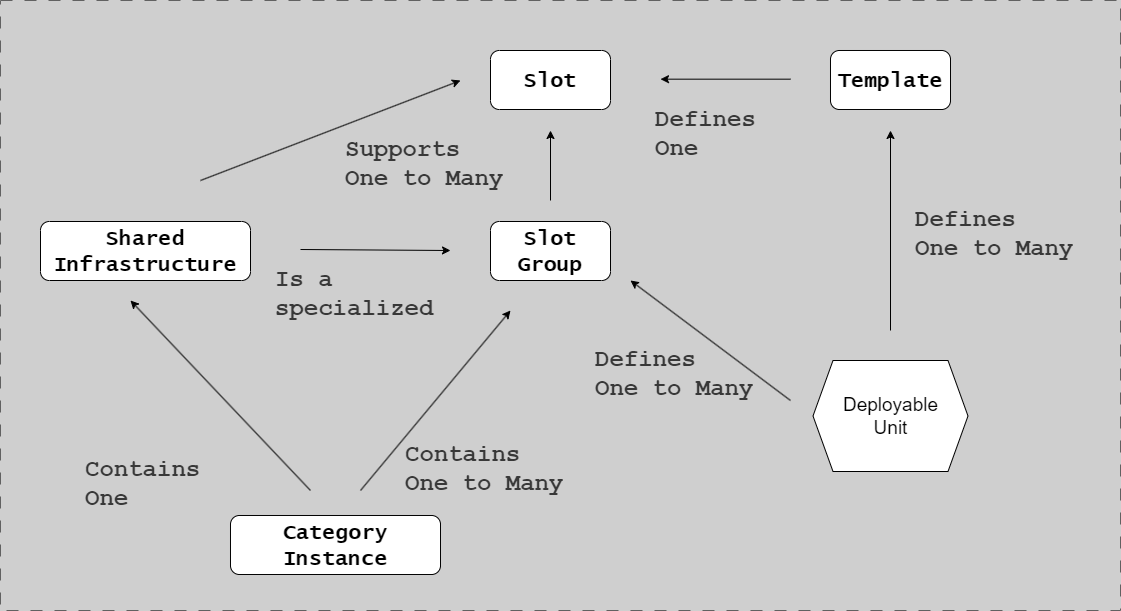
The draw.io diagram docs/assets/environment/units.drawio.png in ready-to-release/eac, before a commit. Source tidied: cells renumbered, new cells last; positions are measured from the earlier drawing's top-left corner, leaving out a move shared by most shapes.
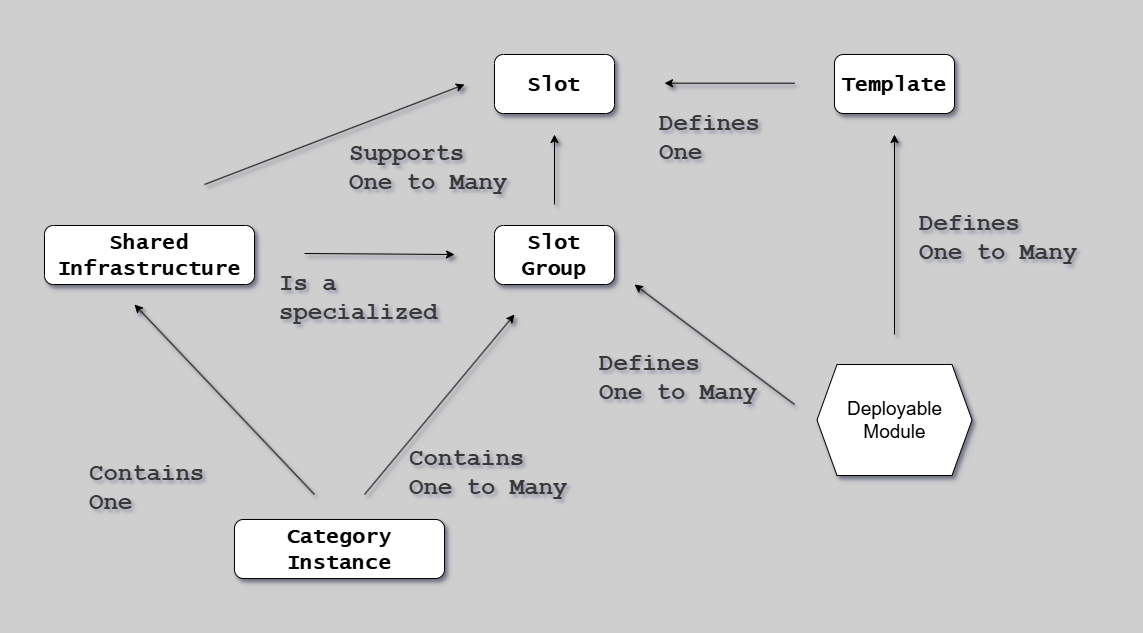
The same diagram one commit later.

The edit, as a diff of the source:
```diff
@@ -1,92 +1,92 @@
-<mxGraphModel background="#CFCFCF">
+<mxGraphModel background="#CFCFCF" shadow="1">
   <root>
     <mxCell id="0" />
     <mxCell id="1" parent="0" />
-    <mxCell id="2" style="group;strokeColor=#616161;dashed=1;dashPattern=12 12;" parent="1" vertex="1">
+    <mxCell id="2" style="group;strokeColor=none;dashed=1;dashPattern=12 12;shadow=1;" parent="1" vertex="1">
       <mxGeometry width="1120" height="610" as="geometry" />
     </mxCell>
-    <mxCell id="3" value="Shared&lt;br&gt;Infrastructure" style="rounded=1;whiteSpace=wrap;html=1;fontFamily=Lucida Console;fontStyle=1;fontSize=21;" parent="1" vertex="1">
+    <mxCell id="3" value="Shared&lt;br&gt;Infrastructure" style="rounded=1;whiteSpace=wrap;html=1;fontFamily=Lucida Console;fontStyle=1;fontSize=21;shadow=1;" parent="1" vertex="1">
       <mxGeometry x="40" y="221" width="210" height="59" as="geometry" />
     </mxCell>
-    <mxCell id="4" value="Slot" style="rounded=1;whiteSpace=wrap;html=1;fontFamily=Lucida Console;fontStyle=1;fontSize=21;" parent="1" vertex="1">
+    <mxCell id="4" value="Slot" style="rounded=1;whiteSpace=wrap;html=1;fontFamily=Lucida Console;fontStyle=1;fontSize=21;shadow=1;" parent="1" vertex="1">
       <mxGeometry x="490" y="50" width="120" height="59" as="geometry" />
     </mxCell>
-    <mxCell id="5" value="Template" style="rounded=1;whiteSpace=wrap;html=1;fontFamily=Lucida Console;fontStyle=1;fontSize=21;" parent="1" vertex="1">
+    <mxCell id="5" value="Template" style="rounded=1;whiteSpace=wrap;html=1;fontFamily=Lucida Console;fontStyle=1;fontSize=21;shadow=1;" parent="1" vertex="1">
       <mxGeometry x="830" y="50" width="120" height="59" as="geometry" />
     </mxCell>
-    <mxCell id="6" value="Slot Group" style="rounded=1;whiteSpace=wrap;html=1;fontFamily=Lucida Console;fontStyle=1;fontSize=21;" parent="1" vertex="1">
+    <mxCell id="6" value="Slot Group" style="rounded=1;whiteSpace=wrap;html=1;fontFamily=Lucida Console;fontStyle=1;fontSize=21;shadow=1;" parent="1" vertex="1">
       <mxGeometry x="490" y="221" width="120" height="59" as="geometry" />
     </mxCell>
-    <mxCell id="7" style="endArrow=classic;html=1;rounded=0;" parent="1" edge="1">
+    <mxCell id="7" style="endArrow=classic;html=1;rounded=0;shadow=1;" parent="1" edge="1">
       <mxGeometry relative="1" as="geometry">
         <mxPoint x="300" y="249" as="sourcePoint" />
         <mxPoint x="450" y="250" as="targetPoint" />
       </mxGeometry>
     </mxCell>
-    <mxCell id="8" value="&lt;h1&gt;Is a specialized&lt;/h1&gt;" style="text;html=1;strokeColor=none;fillColor=none;spacing=5;spacingTop=-20;whiteSpace=wrap;overflow=hidden;rounded=0;fontFamily=Courier New;fontColor=#383838;" parent="1" vertex="1">
+    <mxCell id="8" value="&lt;h1&gt;Is a specialized&lt;/h1&gt;" style="text;html=1;strokeColor=none;fillColor=none;spacing=5;spacingTop=-20;whiteSpace=wrap;overflow=hidden;rounded=0;fontFamily=Courier New;fontColor=#383838;shadow=1;" parent="1" vertex="1">
       <mxGeometry x="270" y="260" width="210" height="80" as="geometry" />
     </mxCell>
-    <mxCell id="9" style="endArrow=classic;html=1;rounded=0;" parent="1" edge="1">
+    <mxCell id="9" style="endArrow=classic;html=1;rounded=0;shadow=1;" parent="1" edge="1">
       <mxGeometry relative="1" as="geometry">
         <mxPoint x="790" y="78.7" as="sourcePoint" />
         <mxPoint x="660" y="78.7" as="targetPoint" />
       </mxGeometry>
     </mxCell>
-    <mxCell id="10" value="&lt;h1&gt;Defines&lt;br&gt;One&lt;/h1&gt;" style="text;html=1;strokeColor=none;fillColor=none;spacing=5;spacingTop=-20;whiteSpace=wrap;overflow=hidden;rounded=0;fontFamily=Courier New;fontColor=#383838;" parent="1" vertex="1">
+    <mxCell id="10" value="&lt;h1&gt;Defines&lt;br&gt;One&lt;/h1&gt;" style="text;html=1;strokeColor=none;fillColor=none;spacing=5;spacingTop=-20;whiteSpace=wrap;overflow=hidden;rounded=0;fontFamily=Courier New;fontColor=#383838;shadow=1;" parent="1" vertex="1">
       <mxGeometry x="650" y="100" width="180" height="80" as="geometry" />
     </mxCell>
-    <mxCell id="11" style="endArrow=classic;html=1;rounded=0;" parent="1" edge="1">
+    <mxCell id="11" style="endArrow=classic;html=1;rounded=0;shadow=1;" parent="1" edge="1">
       <mxGeometry relative="1" as="geometry">
         <mxPoint x="550" y="200" as="sourcePoint" />
         <mxPoint x="550" y="130" as="targetPoint" />
       </mxGeometry>
     </mxCell>
-    <mxCell id="12" value="&lt;h1&gt;Supports&lt;br&gt;One to Many&lt;/h1&gt;" style="text;html=1;strokeColor=none;fillColor=none;spacing=5;spacingTop=-20;whiteSpace=wrap;overflow=hidden;rounded=0;fontFamily=Courier New;fontColor=#383838;" parent="1" vertex="1">
+    <mxCell id="12" value="&lt;h1&gt;Supports&lt;br&gt;One to Many&lt;/h1&gt;" style="text;html=1;strokeColor=none;fillColor=none;spacing=5;spacingTop=-20;whiteSpace=wrap;overflow=hidden;rounded=0;fontFamily=Courier New;fontColor=#383838;shadow=1;" parent="1" vertex="1">
       <mxGeometry x="340" y="130" width="180" height="80" as="geometry" />
     </mxCell>
-    <mxCell id="13" value="Category&lt;br&gt;Instance" style="rounded=1;whiteSpace=wrap;html=1;fontFamily=Lucida Console;fontStyle=1;fontSize=21;" parent="1" vertex="1">
+    <mxCell id="13" value="Category&lt;br&gt;Instance" style="rounded=1;whiteSpace=wrap;html=1;fontFamily=Lucida Console;fontStyle=1;fontSize=21;shadow=1;" parent="1" vertex="1">
       <mxGeometry x="230" y="515" width="210" height="59" as="geometry" />
     </mxCell>
-    <mxCell id="14" value="&lt;h1&gt;Contains&lt;br&gt;One to Many&lt;/h1&gt;" style="text;html=1;strokeColor=none;fillColor=none;spacing=5;spacingTop=-20;whiteSpace=wrap;overflow=hidden;rounded=0;fontFamily=Courier New;fontColor=#383838;" parent="1" vertex="1">
+    <mxCell id="14" value="&lt;h1&gt;Contains&lt;br&gt;One to Many&lt;/h1&gt;" style="text;html=1;strokeColor=none;fillColor=none;spacing=5;spacingTop=-20;whiteSpace=wrap;overflow=hidden;rounded=0;fontFamily=Courier New;fontColor=#383838;shadow=1;" parent="1" vertex="1">
       <mxGeometry x="400" y="435" width="180" height="80" as="geometry" />
     </mxCell>
-    <mxCell id="15" style="endArrow=classic;html=1;rounded=0;" parent="1" edge="1">
+    <mxCell id="15" style="endArrow=classic;html=1;rounded=0;shadow=1;" parent="1" edge="1">
       <mxGeometry relative="1" as="geometry">
         <mxPoint x="360" y="490" as="sourcePoint" />
         <mxPoint x="510" y="310" as="targetPoint" />
       </mxGeometry>
     </mxCell>
-    <mxCell id="16" style="endArrow=classic;html=1;rounded=0;" parent="1" edge="1">
+    <mxCell id="16" style="endArrow=classic;html=1;rounded=0;shadow=1;" parent="1" edge="1">
       <mxGeometry relative="1" as="geometry">
         <mxPoint x="310" y="490" as="sourcePoint" />
         <mxPoint x="130" y="300" as="targetPoint" />
       </mxGeometry>
     </mxCell>
-    <mxCell id="17" value="&lt;h1&gt;Contains&lt;br&gt;One&lt;/h1&gt;" style="text;html=1;strokeColor=none;fillColor=none;spacing=5;spacingTop=-20;whiteSpace=wrap;overflow=hidden;rounded=0;fontFamily=Courier New;fontColor=#383838;" parent="1" vertex="1">
+    <mxCell id="17" value="&lt;h1&gt;Contains&lt;br&gt;One&lt;/h1&gt;" style="text;html=1;strokeColor=none;fillColor=none;spacing=5;spacingTop=-20;whiteSpace=wrap;overflow=hidden;rounded=0;fontFamily=Courier New;fontColor=#383838;shadow=1;" parent="1" vertex="1">
       <mxGeometry x="80" y="450" width="180" height="80" as="geometry" />
     </mxCell>
-    <mxCell id="18" value="&lt;font style=&quot;font-size: 19px;&quot;&gt;Deployable&lt;br&gt;Unit&lt;/font&gt;" style="shape=hexagon;perimeter=hexagonPerimeter2;whiteSpace=wrap;html=1;fixedSize=1;" parent="1" vertex="1">
+    <mxCell id="18" value="&lt;font style=&quot;font-size: 19px;&quot;&gt;Deployable&lt;br&gt;Module&lt;/font&gt;" style="shape=hexagon;perimeter=hexagonPerimeter2;whiteSpace=wrap;html=1;fixedSize=1;shadow=1;" parent="1" vertex="1">
       <mxGeometry x="812.5" y="360" width="155" height="111" as="geometry" />
     </mxCell>
-    <mxCell id="19" style="endArrow=classic;html=1;rounded=0;" parent="1" edge="1">
+    <mxCell id="19" style="endArrow=classic;html=1;rounded=0;shadow=1;" parent="1" edge="1">
       <mxGeometry relative="1" as="geometry">
         <mxPoint x="890" y="330" as="sourcePoint" />
         <mxPoint x="890" y="130" as="targetPoint" />
       </mxGeometry>
     </mxCell>
-    <mxCell id="20" value="&lt;h1&gt;Defines&lt;br&gt;One to Many&lt;/h1&gt;" style="text;html=1;strokeColor=none;fillColor=none;spacing=5;spacingTop=-20;whiteSpace=wrap;overflow=hidden;rounded=0;fontFamily=Courier New;fontColor=#383838;" parent="1" vertex="1">
+    <mxCell id="20" value="&lt;h1&gt;Defines&lt;br&gt;One to Many&lt;/h1&gt;" style="text;html=1;strokeColor=none;fillColor=none;spacing=5;spacingTop=-20;whiteSpace=wrap;overflow=hidden;rounded=0;fontFamily=Courier New;fontColor=#383838;shadow=1;" parent="1" vertex="1">
       <mxGeometry x="910" y="200" width="180" height="80" as="geometry" />
     </mxCell>
-    <mxCell id="21" style="endArrow=classic;html=1;rounded=0;" parent="1" edge="1">
+    <mxCell id="21" style="endArrow=classic;html=1;rounded=0;shadow=1;" parent="1" edge="1">
       <mxGeometry relative="1" as="geometry">
         <mxPoint x="790" y="400" as="sourcePoint" />
         <mxPoint x="630" y="280" as="targetPoint" />
       </mxGeometry>
     </mxCell>
-    <mxCell id="22" value="&lt;h1&gt;Defines&lt;br&gt;One to Many&lt;/h1&gt;" style="text;html=1;strokeColor=none;fillColor=none;spacing=5;spacingTop=-20;whiteSpace=wrap;overflow=hidden;rounded=0;fontFamily=Courier New;fontColor=#383838;" parent="1" vertex="1">
+    <mxCell id="22" value="&lt;h1&gt;Defines&lt;br&gt;One to Many&lt;/h1&gt;" style="text;html=1;strokeColor=none;fillColor=none;spacing=5;spacingTop=-20;whiteSpace=wrap;overflow=hidden;rounded=0;fontFamily=Courier New;fontColor=#383838;shadow=1;" parent="1" vertex="1">
       <mxGeometry x="590" y="340" width="180" height="80" as="geometry" />
     </mxCell>
-    <mxCell id="23" style="endArrow=classic;html=1;rounded=0;" parent="1" edge="1">
+    <mxCell id="23" style="endArrow=classic;html=1;rounded=0;shadow=1;" parent="1" edge="1">
       <mxGeometry relative="1" as="geometry">
         <mxPoint x="200" y="180" as="sourcePoint" />
         <mxPoint x="460" y="80" as="targetPoint" />
```
